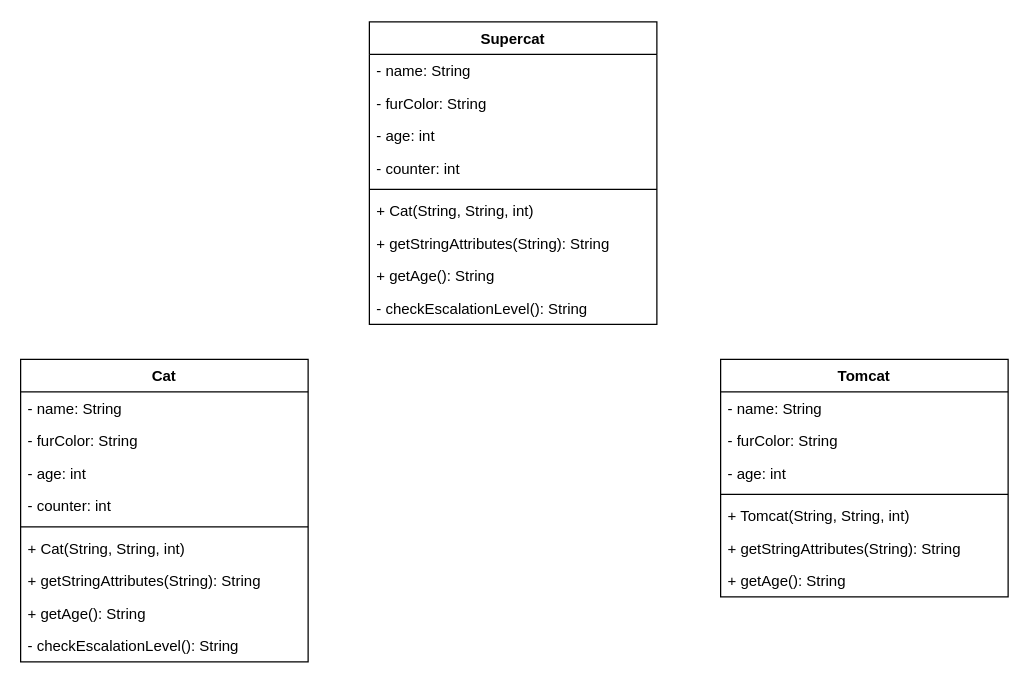
This is page "Cat_Tomcat_Supercat" (3 of 3) of klassendiagramm.drawio from 01-OOP-Odi/03_Inheritance_Vererbung, a draw.io file, before an edit. Source tidied: cells renumbered, new cells numbered last; positions are measured from the earlier drawing's top-left corner, leaving out a move shared by most shapes. Both pictures are drawn from the tidied source at 125%, with x=0, y=0 at pixel (20, 21).
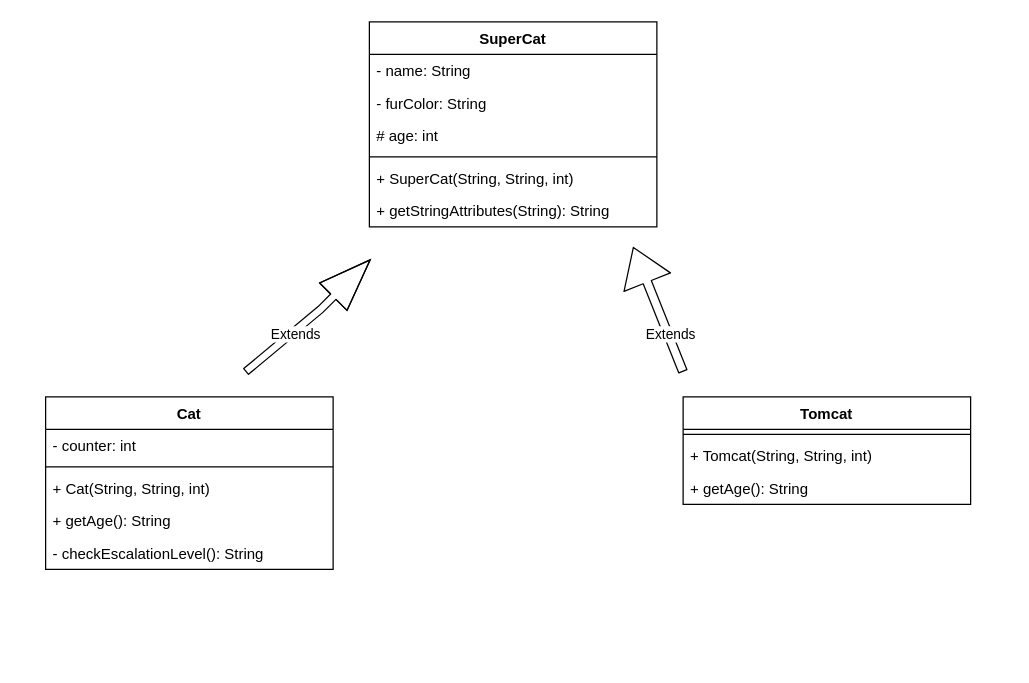
Above is the later version.

Change to the diagram source:
```diff
@@
     <mxCell id="2" value="Cat" style="swimlane;fontStyle=1;align=center;verticalAlign=top;horizontal=1;startSize=26;" parent="1" vertex="1">
-      <mxGeometry y="270" width="230" height="242" as="geometry" />
+      <mxGeometry x="20" y="300" width="230" height="138" as="geometry" />
     </mxCell>
-    <mxCell id="3" value="- name: String" style="text;strokeColor=none;fillColor=none;align=left;verticalAlign=top;spacingLeft=4;spacingRight=4;overflow=hidden;" parent="2" vertex="1">
-      <mxGeometry y="26" width="230" height="26" as="geometry" />
-    </mxCell>
-    <mxCell id="4" value="- furColor: String" style="text;strokeColor=none;fillColor=none;align=left;verticalAlign=top;spacingLeft=4;spacingRight=4;overflow=hidden;" parent="2" vertex="1">
-      <mxGeometry y="52" width="230" height="26" as="geometry" />
-    </mxCell>
-    <mxCell id="5" value="- age: int" style="text;strokeColor=none;fillColor=none;align=left;verticalAlign=top;spacingLeft=4;spacingRight=4;overflow=hidden;" parent="2" vertex="1">
-      <mxGeometry y="78" width="230" height="26" as="geometry" />
-    </mxCell>
     <mxCell id="6" value="- counter: int" style="text;strokeColor=none;fillColor=none;align=left;verticalAlign=top;spacingLeft=4;spacingRight=4;overflow=hidden;" parent="2" vertex="1">
-      <mxGeometry y="104" width="230" height="26" as="geometry" />
+      <mxGeometry y="26" width="230" height="26" as="geometry" />
     </mxCell>
     <mxCell id="7" style="line;strokeWidth=1;fillColor=none;align=left;verticalAlign=middle;spacingTop=-1;spacingLeft=3;spacingRight=3;labelPosition=right;strokeColor=inherit;" parent="2" vertex="1">
-      <mxGeometry y="130" width="230" height="8" as="geometry" />
+      <mxGeometry y="52" width="230" height="8" as="geometry" />
     </mxCell>
     <mxCell id="8" value="+ Cat(String, String, int)" style="text;strokeColor=none;fillColor=none;align=left;verticalAlign=top;spacingLeft=4;spacingRight=4;overflow=hidden;" parent="2" vertex="1">
-      <mxGeometry y="138" width="230" height="26" as="geometry" />
+      <mxGeometry y="60" width="230" height="26" as="geometry" />
     </mxCell>
-    <mxCell id="9" value="+ getStringAttributes(String): String" style="text;strokeColor=none;fillColor=none;align=left;verticalAlign=top;spacingLeft=4;spacingRight=4;overflow=hidden;" parent="2" vertex="1">
-      <mxGeometry y="164" width="230" height="26" as="geometry" />
-    </mxCell>
     <mxCell id="10" value="+ getAge(): String" style="text;strokeColor=none;fillColor=none;align=left;verticalAlign=top;spacingLeft=4;spacingRight=4;overflow=hidden;" parent="2" vertex="1">
-      <mxGeometry y="190" width="230" height="26" as="geometry" />
+      <mxGeometry y="86" width="230" height="26" as="geometry" />
     </mxCell>
     <mxCell id="11" value="- checkEscalationLevel(): String" style="text;strokeColor=none;fillColor=none;align=left;verticalAlign=top;spacingLeft=4;spacingRight=4;overflow=hidden;" parent="2" vertex="1">
-      <mxGeometry y="216" width="230" height="26" as="geometry" />
+      <mxGeometry y="112" width="230" height="26" as="geometry" />
     </mxCell>
     <mxCell id="12" value="Tomcat" style="swimlane;fontStyle=1;align=center;verticalAlign=top;horizontal=1;startSize=26;" parent="1" vertex="1">
-      <mxGeometry x="560" y="270" width="230" height="190" as="geometry" />
+      <mxGeometry x="530" y="300" width="230" height="86" as="geometry" />
     </mxCell>
-    <mxCell id="13" value="- name: String" style="text;strokeColor=none;fillColor=none;align=left;verticalAlign=top;spacingLeft=4;spacingRight=4;overflow=hidden;" parent="12" vertex="1">
-      <mxGeometry y="26" width="230" height="26" as="geometry" />
-    </mxCell>
-    <mxCell id="14" value="- furColor: String" style="text;strokeColor=none;fillColor=none;align=left;verticalAlign=top;spacingLeft=4;spacingRight=4;overflow=hidden;" parent="12" vertex="1">
-      <mxGeometry y="52" width="230" height="26" as="geometry" />
-    </mxCell>
-    <mxCell id="15" value="- age: int" style="text;strokeColor=none;fillColor=none;align=left;verticalAlign=top;spacingLeft=4;spacingRight=4;overflow=hidden;" parent="12" vertex="1">
-      <mxGeometry y="78" width="230" height="26" as="geometry" />
-    </mxCell>
     <mxCell id="16" style="line;strokeWidth=1;fillColor=none;align=left;verticalAlign=middle;spacingTop=-1;spacingLeft=3;spacingRight=3;labelPosition=right;strokeColor=inherit;" parent="12" vertex="1">
-      <mxGeometry y="104" width="230" height="8" as="geometry" />
+      <mxGeometry y="26" width="230" height="8" as="geometry" />
     </mxCell>
     <mxCell id="17" value="+ Tomcat(String, String, int)" style="text;strokeColor=none;fillColor=none;align=left;verticalAlign=top;spacingLeft=4;spacingRight=4;overflow=hidden;" parent="12" vertex="1">
-      <mxGeometry y="112" width="230" height="26" as="geometry" />
+      <mxGeometry y="34" width="230" height="26" as="geometry" />
     </mxCell>
-    <mxCell id="18" value="+ getStringAttributes(String): String" style="text;strokeColor=none;fillColor=none;align=left;verticalAlign=top;spacingLeft=4;spacingRight=4;overflow=hidden;" parent="12" vertex="1">
-      <mxGeometry y="138" width="230" height="26" as="geometry" />
-    </mxCell>
     <mxCell id="19" value="+ getAge(): String" style="text;strokeColor=none;fillColor=none;align=left;verticalAlign=top;spacingLeft=4;spacingRight=4;overflow=hidden;" parent="12" vertex="1">
-      <mxGeometry y="164" width="230" height="26" as="geometry" />
+      <mxGeometry y="60" width="230" height="26" as="geometry" />
     </mxCell>
-    <mxCell id="20" value="Supercat" style="swimlane;fontStyle=1;align=center;verticalAlign=top;horizontal=1;startSize=26;" parent="1" vertex="1">
-      <mxGeometry x="279" width="230" height="242" as="geometry" />
+    <mxCell id="20" value="SuperCat" style="swimlane;fontStyle=1;align=center;verticalAlign=top;horizontal=1;startSize=26;" parent="1" vertex="1">
+      <mxGeometry x="279" width="230" height="164" as="geometry" />
     </mxCell>
@@
-    <mxCell id="23" value="- age: int" style="text;strokeColor=none;fillColor=none;align=left;verticalAlign=top;spacingLeft=4;spacingRight=4;overflow=hidden;" parent="20" vertex="1">
+    <mxCell id="23" value="# age: int" style="text;strokeColor=none;fillColor=none;align=left;verticalAlign=top;spacingLeft=4;spacingRight=4;overflow=hidden;" parent="20" vertex="1">
       <mxGeometry y="78" width="230" height="26" as="geometry" />
     </mxCell>
-    <mxCell id="24" value="- counter: int" style="text;strokeColor=none;fillColor=none;align=left;verticalAlign=top;spacingLeft=4;spacingRight=4;overflow=hidden;" parent="20" vertex="1">
-      <mxGeometry y="104" width="230" height="26" as="geometry" />
-    </mxCell>
     <mxCell id="25" style="line;strokeWidth=1;fillColor=none;align=left;verticalAlign=middle;spacingTop=-1;spacingLeft=3;spacingRight=3;labelPosition=right;strokeColor=inherit;" parent="20" vertex="1">
-      <mxGeometry y="130" width="230" height="8" as="geometry" />
+      <mxGeometry y="104" width="230" height="8" as="geometry" />
     </mxCell>
-    <mxCell id="26" value="+ Cat(String, String, int)" style="text;strokeColor=none;fillColor=none;align=left;verticalAlign=top;spacingLeft=4;spacingRight=4;overflow=hidden;" parent="20" vertex="1">
-      <mxGeometry y="138" width="230" height="26" as="geometry" />
+    <mxCell id="26" value="+ SuperCat(String, String, int)" style="text;strokeColor=none;fillColor=none;align=left;verticalAlign=top;spacingLeft=4;spacingRight=4;overflow=hidden;" parent="20" vertex="1">
+      <mxGeometry y="112" width="230" height="26" as="geometry" />
     </mxCell>
     <mxCell id="27" value="+ getStringAttributes(String): String" style="text;strokeColor=none;fillColor=none;align=left;verticalAlign=top;spacingLeft=4;spacingRight=4;overflow=hidden;" parent="20" vertex="1">
-      <mxGeometry y="164" width="230" height="26" as="geometry" />
+      <mxGeometry y="138" width="230" height="26" as="geometry" />
     </mxCell>
-    <mxCell id="28" value="+ getAge(): String" style="text;strokeColor=none;fillColor=none;align=left;verticalAlign=top;spacingLeft=4;spacingRight=4;overflow=hidden;" parent="20" vertex="1">
-      <mxGeometry y="190" width="230" height="26" as="geometry" />
-    </mxCell>
-    <mxCell id="29" value="- checkEscalationLevel(): String" style="text;strokeColor=none;fillColor=none;align=left;verticalAlign=top;spacingLeft=4;spacingRight=4;overflow=hidden;" parent="20" vertex="1">
-      <mxGeometry y="216" width="230" height="26" as="geometry" />
-    </mxCell>
+    <mxCell id="30" value="Extends" style="endArrow=block;endSize=13.57;endFill=0;html=1;shape=flexArrow;endWidth=24;width=6;" parent="1" edge="1">
+      <mxGeometry x="-0.26" y="-3" relative="1" as="geometry">
+        <mxPoint x="180" y="280" as="sourcePoint" />
+        <mxPoint x="280" y="190" as="targetPoint" />
+        <Array as="points">
+          <mxPoint x="240" y="230" />
+        </Array>
+      </mxGeometry>
+    </mxCell>
+    <mxCell id="31" value="Extends" style="endArrow=block;endSize=9.63;endFill=0;html=1;shape=flexArrow;endWidth=32;width=7;" parent="1" edge="1">
+      <mxGeometry x="-0.41" y="-2" relative="1" as="geometry">
+        <mxPoint x="530" y="280" as="sourcePoint" />
+        <mxPoint x="490" y="180" as="targetPoint" />
+      </mxGeometry>
+    </mxCell>
```
